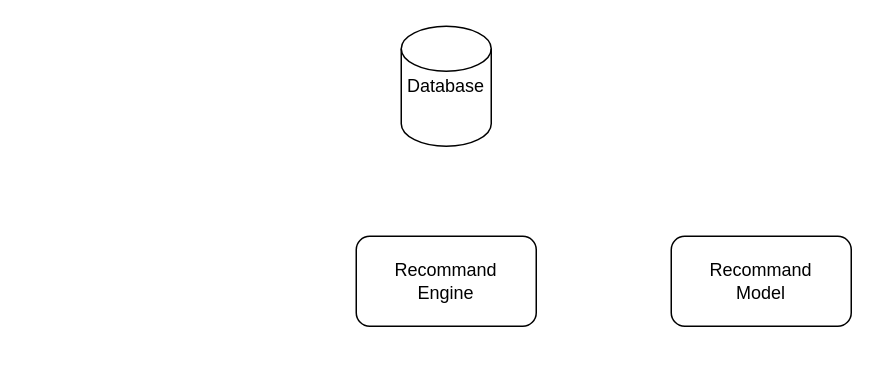
Earlier version of the draw.io diagram 电影推荐系统模块设计.drawio (BoffinZhang/Pathfinder). Source tidied: cells renumbered, new cells numbered last; positions are measured from the earlier drawing's top-left corner, leaving out a move shared by most shapes. Both pictures are drawn from the tidied source at 150%, with x=0, y=0 at pixel (356, 26).
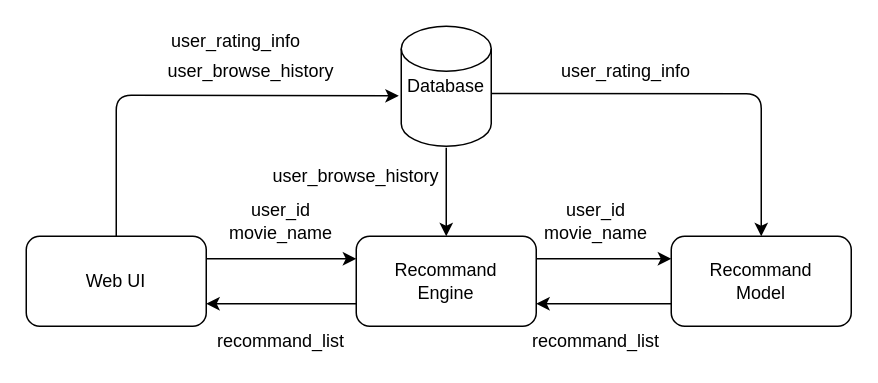
After the change.

Commit message (it also covers changes not shown here):
Update 电影推荐系统模块设计.drawio

Unchanged cells that the change refers to:
```xml
<mxCell id="2" value="Recommand&lt;br&gt;Model" style="rounded=1;whiteSpace=wrap;html=1;" parent="1" vertex="1">
  <mxGeometry x="210" y="140" width="120" height="60" as="geometry" />
</mxCell>
<mxCell id="3" value="Recommand&lt;br&gt;Engine" style="rounded=1;whiteSpace=wrap;html=1;" parent="1" vertex="1">
  <mxGeometry y="140" width="120" height="60" as="geometry" />
</mxCell>
<mxCell id="4" value="Database" style="shape=cylinder2;whiteSpace=wrap;html=1;boundedLbl=1;backgroundOutline=1;size=15;" parent="1" vertex="1">
  <mxGeometry x="30" width="60" height="80" as="geometry" />
</mxCell>
```

The edit, as a diff of the source:
```diff
@@
+    <mxCell id="5" style="endArrow=classic;html=1;exitX=1;exitY=0.25;exitDx=0;exitDy=0;entryX=0;entryY=0.25;entryDx=0;entryDy=0;" parent="1" edge="1" source="3" target="2">
+      <mxGeometry relative="1" as="geometry" />
+    </mxCell>
+    <mxCell id="6" value="user_id&lt;br&gt;movie_name" style="text;html=1;strokeColor=none;fillColor=none;align=center;verticalAlign=middle;whiteSpace=wrap;rounded=0;" parent="1" vertex="1">
+      <mxGeometry x="140" y="120" width="40" height="20" as="geometry" />
+    </mxCell>
+    <mxCell id="7" style="endArrow=classic;html=1;entryX=1;entryY=0.75;entryDx=0;entryDy=0;exitX=0;exitY=0.75;exitDx=0;exitDy=0;" parent="1" edge="1" source="2" target="3">
+      <mxGeometry relative="1" as="geometry" />
+    </mxCell>
+    <mxCell id="8" value="recommand_list" style="text;html=1;strokeColor=none;fillColor=none;align=center;verticalAlign=middle;whiteSpace=wrap;rounded=0;" parent="1" vertex="1">
+      <mxGeometry x="140" y="200" width="40" height="20" as="geometry" />
+    </mxCell>
+    <mxCell id="9" style="endArrow=classic;html=1;entryX=0.5;entryY=0;entryDx=0;entryDy=0;" parent="1" edge="1" target="3">
+      <mxGeometry relative="1" as="geometry">
+        <mxPoint x="60" y="81" as="sourcePoint" />
+      </mxGeometry>
+    </mxCell>
+    <mxCell id="10" value="user_browse_history" style="text;html=1;strokeColor=none;fillColor=none;align=center;verticalAlign=middle;whiteSpace=wrap;rounded=0;" parent="1" vertex="1">
+      <mxGeometry x="-20" y="90" width="40" height="20" as="geometry" />
+    </mxCell>
+    <mxCell id="11" style="endArrow=classic;html=1;exitX=1;exitY=0.56;exitDx=0;exitDy=0;exitPerimeter=0;entryX=0.5;entryY=0;entryDx=0;entryDy=0;" parent="1" edge="1" source="4" target="2">
+      <mxGeometry relative="1" as="geometry">
+        <Array as="points">
+          <mxPoint x="270" y="45" />
+        </Array>
+      </mxGeometry>
+    </mxCell>
+    <mxCell id="12" value="user_rating_info" style="text;html=1;strokeColor=none;fillColor=none;align=center;verticalAlign=middle;whiteSpace=wrap;rounded=0;" parent="1" vertex="1">
+      <mxGeometry x="160" y="20" width="40" height="20" as="geometry" />
+    </mxCell>
+    <mxCell id="13" value="Web UI" style="rounded=1;whiteSpace=wrap;html=1;" parent="1" vertex="1">
+      <mxGeometry x="-220" y="140" width="120" height="60" as="geometry" />
+    </mxCell>
+    <mxCell id="14" style="endArrow=classic;html=1;exitX=1;exitY=0.25;exitDx=0;exitDy=0;entryX=0;entryY=0.25;entryDx=0;entryDy=0;" parent="1" edge="1" source="13" target="3">
+      <mxGeometry relative="1" as="geometry" />
+    </mxCell>
+    <mxCell id="15" value="user_id&lt;br&gt;movie_name" style="text;html=1;strokeColor=none;fillColor=none;align=center;verticalAlign=middle;whiteSpace=wrap;rounded=0;" parent="1" vertex="1">
+      <mxGeometry x="-70" y="120" width="40" height="20" as="geometry" />
+    </mxCell>
+    <mxCell id="16" style="endArrow=classic;html=1;entryX=1;entryY=0.75;entryDx=0;entryDy=0;exitX=0;exitY=0.75;exitDx=0;exitDy=0;" parent="1" edge="1" source="3" target="13">
+      <mxGeometry relative="1" as="geometry" />
+    </mxCell>
+    <mxCell id="17" value="recommand_list" style="text;html=1;strokeColor=none;fillColor=none;align=center;verticalAlign=middle;whiteSpace=wrap;rounded=0;" parent="1" vertex="1">
+      <mxGeometry x="-70" y="200" width="40" height="20" as="geometry" />
+    </mxCell>
+    <mxCell id="18" style="endArrow=classic;html=1;exitX=0.5;exitY=0;exitDx=0;exitDy=0;entryX=-0.027;entryY=0.58;entryDx=0;entryDy=0;entryPerimeter=0;" parent="1" edge="1" source="13" target="4">
+      <mxGeometry relative="1" as="geometry">
+        <Array as="points">
+          <mxPoint x="-160" y="46" />
+        </Array>
+      </mxGeometry>
+    </mxCell>
+    <mxCell id="19" value="user_rating_info" style="text;html=1;strokeColor=none;fillColor=none;align=center;verticalAlign=middle;whiteSpace=wrap;rounded=0;" parent="1" vertex="1">
+      <mxGeometry x="-100" width="40" height="20" as="geometry" />
+    </mxCell>
+    <mxCell id="20" value="user_browse_history" style="text;html=1;strokeColor=none;fillColor=none;align=center;verticalAlign=middle;whiteSpace=wrap;rounded=0;" parent="1" vertex="1">
+      <mxGeometry x="-90" y="20" width="40" height="20" as="geometry" />
+    </mxCell>
```
